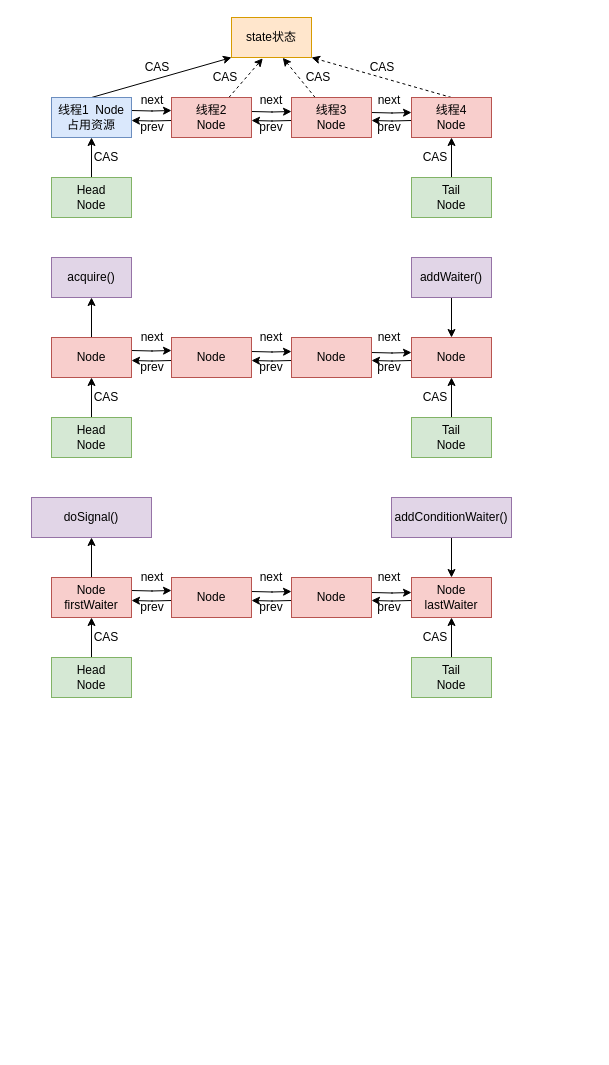
This is resources/images/第八章/第八章.drawio from binghe001/mykit-concurrent-principle, a draw.io file, before an edit. Source tidied: cells renumbered, new cells numbered last; positions are measured from the earlier drawing's top-left corner, leaving out a move shared by most shapes. Both pictures are drawn from the tidied source at 100%, with x=0, y=0 at pixel (31, 17).
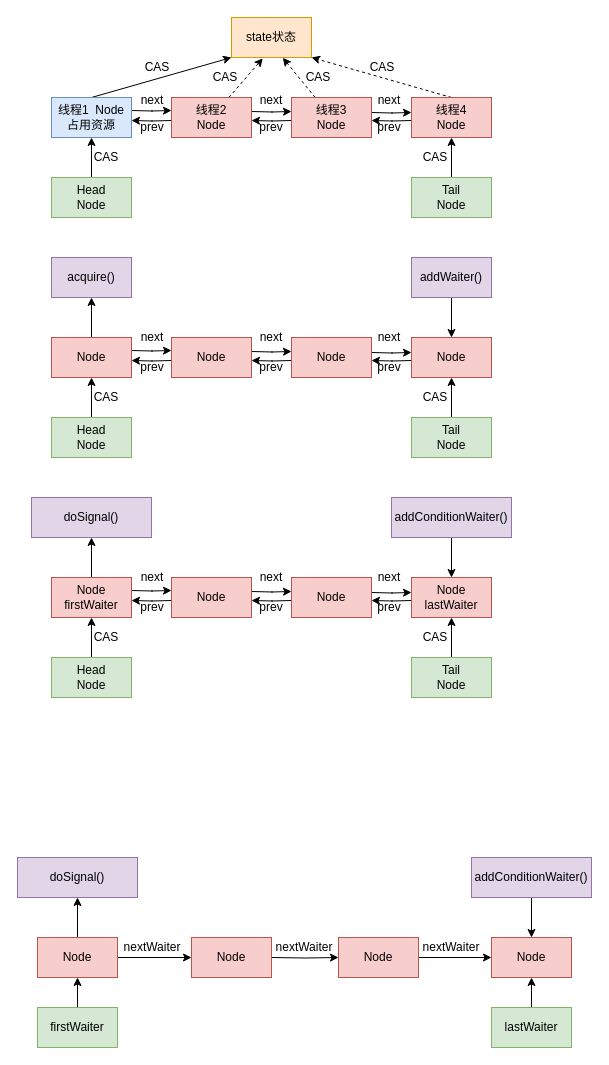
Above is the later version.

Diff of the diagram source:
```diff
@@
+    <mxCell id="85" style="rounded=0;jettySize=auto;html=1;entryX=0.5;entryY=1;entryDx=0;entryDy=0;" parent="1" edge="1" source="87" target="97">
+      <mxGeometry relative="1" as="geometry" />
+    </mxCell>
+    <mxCell id="86" style="edgeStyle=orthogonalEdgeStyle;rounded=0;jettySize=auto;html=1;entryX=0;entryY=0.5;entryDx=0;entryDy=0;" parent="1" edge="1" source="87" target="89">
+      <mxGeometry relative="1" as="geometry" />
+    </mxCell>
+    <mxCell id="87" value="Node" style="rounded=0;whiteSpace=wrap;html=1;fillColor=#f8cecc;strokeColor=#b85450;" parent="1" vertex="1">
+      <mxGeometry x="6" y="920" width="80" height="40" as="geometry" />
+    </mxCell>
+    <mxCell id="88" style="edgeStyle=orthogonalEdgeStyle;rounded=0;jettySize=auto;html=1;" parent="1" edge="1" target="91">
+      <mxGeometry relative="1" as="geometry">
+        <mxPoint x="240" y="940" as="sourcePoint" />
+      </mxGeometry>
+    </mxCell>
+    <mxCell id="89" value="Node" style="rounded=0;whiteSpace=wrap;html=1;fillColor=#f8cecc;strokeColor=#b85450;" parent="1" vertex="1">
+      <mxGeometry x="160" y="920" width="80" height="40" as="geometry" />
+    </mxCell>
+    <mxCell id="90" style="edgeStyle=orthogonalEdgeStyle;rounded=0;jettySize=auto;html=1;entryX=0;entryY=0.5;entryDx=0;entryDy=0;" parent="1" edge="1" source="91" target="92">
+      <mxGeometry relative="1" as="geometry" />
+    </mxCell>
+    <mxCell id="91" value="Node" style="rounded=0;whiteSpace=wrap;html=1;fillColor=#f8cecc;strokeColor=#b85450;" parent="1" vertex="1">
+      <mxGeometry x="307" y="920" width="80" height="40" as="geometry" />
+    </mxCell>
+    <mxCell id="92" value="Node&lt;br&gt;" style="rounded=0;whiteSpace=wrap;html=1;fillColor=#f8cecc;strokeColor=#b85450;" parent="1" vertex="1">
+      <mxGeometry x="460" y="920" width="80" height="40" as="geometry" />
+    </mxCell>
+    <mxCell id="93" style="edgeStyle=orthogonalEdgeStyle;rounded=0;jettySize=auto;html=1;entryX=0.5;entryY=1;entryDx=0;entryDy=0;" parent="1" edge="1" source="94" target="87">
+      <mxGeometry relative="1" as="geometry" />
+    </mxCell>
+    <mxCell id="94" value="firstWaiter" style="rounded=0;whiteSpace=wrap;html=1;fillColor=#d5e8d4;strokeColor=#82b366;" parent="1" vertex="1">
+      <mxGeometry x="6" y="990" width="80" height="40" as="geometry" />
+    </mxCell>
+    <mxCell id="95" style="edgeStyle=orthogonalEdgeStyle;rounded=0;jettySize=auto;html=1;entryX=0.5;entryY=1;entryDx=0;entryDy=0;" parent="1" edge="1" source="96" target="92">
+      <mxGeometry relative="1" as="geometry" />
+    </mxCell>
+    <mxCell id="96" value="lastWaiter" style="rounded=0;whiteSpace=wrap;html=1;fillColor=#d5e8d4;strokeColor=#82b366;" parent="1" vertex="1">
+      <mxGeometry x="460" y="990" width="80" height="40" as="geometry" />
+    </mxCell>
+    <mxCell id="97" value="doSignal()" style="rounded=0;whiteSpace=wrap;html=1;fillColor=#e1d5e7;strokeColor=#9673a6;" parent="1" vertex="1">
+      <mxGeometry x="-14" y="840" width="120" height="40" as="geometry" />
+    </mxCell>
+    <mxCell id="98" style="edgeStyle=none;rounded=0;jettySize=auto;html=1;entryX=0.5;entryY=0;entryDx=0;entryDy=0;" parent="1" edge="1" source="99" target="92">
+      <mxGeometry relative="1" as="geometry" />
+    </mxCell>
+    <mxCell id="99" value="addConditionWaiter()" style="rounded=0;whiteSpace=wrap;html=1;fillColor=#e1d5e7;strokeColor=#9673a6;" parent="1" vertex="1">
+      <mxGeometry x="440" y="840" width="120" height="40" as="geometry" />
+    </mxCell>
+    <mxCell id="100" value="nextWaiter" style="text;html=1;strokeColor=none;fillColor=none;align=center;verticalAlign=middle;whiteSpace=wrap;rounded=0;" parent="1" vertex="1">
+      <mxGeometry x="106" y="920" width="30" height="20" as="geometry" />
+    </mxCell>
+    <mxCell id="101" value="nextWaiter" style="text;html=1;strokeColor=none;fillColor=none;align=center;verticalAlign=middle;whiteSpace=wrap;rounded=0;" parent="1" vertex="1">
+      <mxGeometry x="258" y="920" width="30" height="20" as="geometry" />
+    </mxCell>
+    <mxCell id="102" value="nextWaiter" style="text;html=1;strokeColor=none;fillColor=none;align=center;verticalAlign=middle;whiteSpace=wrap;rounded=0;" parent="1" vertex="1">
+      <mxGeometry x="405" y="920" width="30" height="20" as="geometry" />
+    </mxCell>
```
